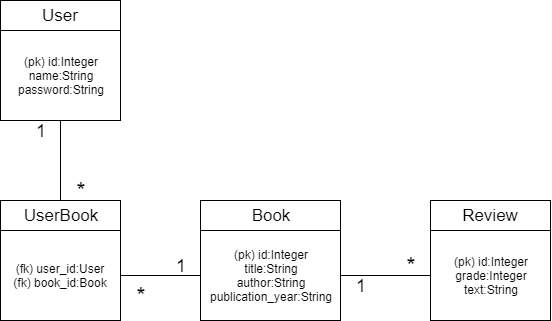
Above: documentation/database_chart.png in guotin/tietokantasovellus (draw.io), before the change. Source tidied: cells renumbered, new cells last; positions are measured from the earlier drawing's top-left corner, leaving out a move shared by most shapes. The source it was exported from:
```xml
<mxGraphModel>
  <root>
    <mxCell id="0" />
    <mxCell id="1" parent="0" />
    <mxCell id="2" style="rounded=0;whiteSpace=wrap;html=1;" parent="1" vertex="1">
      <mxGeometry width="120" height="120" as="geometry" />
    </mxCell>
    <mxCell id="3" value="&lt;font style=&quot;font-size: 17px&quot;&gt;User&lt;/font&gt;" style="text;html=1;strokeColor=none;fillColor=none;align=center;verticalAlign=middle;whiteSpace=wrap;rounded=0;" parent="1" vertex="1">
      <mxGeometry width="120" height="30" as="geometry" />
    </mxCell>
    <mxCell id="4" style="endArrow=none;html=1;entryX=1;entryY=0.25;entryDx=0;entryDy=0;exitX=0;exitY=0.25;exitDx=0;exitDy=0;" parent="1" edge="1" source="2" target="2">
      <mxGeometry relative="1" as="geometry" />
    </mxCell>
    <mxCell id="5" value="(pk) id:Integer&lt;br&gt;name:String&lt;br&gt;password:String&lt;br&gt;" style="text;html=1;strokeColor=none;fillColor=none;align=center;verticalAlign=middle;whiteSpace=wrap;rounded=0;" parent="1" vertex="1">
      <mxGeometry y="30" width="120" height="90" as="geometry" />
    </mxCell>
    <mxCell id="6" style="rounded=0;whiteSpace=wrap;html=1;" parent="1" vertex="1">
      <mxGeometry x="200" y="200" width="140" height="120" as="geometry" />
    </mxCell>
    <mxCell id="7" value="&lt;span style=&quot;font-size: 17px&quot;&gt;Book&lt;/span&gt;" style="text;html=1;strokeColor=none;fillColor=none;align=center;verticalAlign=middle;whiteSpace=wrap;rounded=0;" parent="1" vertex="1">
      <mxGeometry x="200" y="200" width="140" height="30" as="geometry" />
    </mxCell>
    <mxCell id="8" style="endArrow=none;html=1;entryX=1;entryY=0.25;entryDx=0;entryDy=0;exitX=0;exitY=0.25;exitDx=0;exitDy=0;" parent="1" edge="1" source="6" target="6">
      <mxGeometry relative="1" as="geometry" />
    </mxCell>
    <mxCell id="9" value="(pk) id:Integer&lt;br&gt;title:String&lt;br&gt;author:String&lt;br&gt;publication_year:String&lt;br&gt;" style="text;html=1;strokeColor=none;fillColor=none;align=center;verticalAlign=middle;whiteSpace=wrap;rounded=0;" parent="1" vertex="1">
      <mxGeometry x="200" y="230" width="140" height="90" as="geometry" />
    </mxCell>
    <mxCell id="10" style="rounded=0;whiteSpace=wrap;html=1;" parent="1" vertex="1">
      <mxGeometry y="200" width="120" height="120" as="geometry" />
    </mxCell>
    <mxCell id="11" value="&lt;font style=&quot;font-size: 17px&quot;&gt;UserBook&lt;/font&gt;" style="text;html=1;strokeColor=none;fillColor=none;align=center;verticalAlign=middle;whiteSpace=wrap;rounded=0;" parent="1" vertex="1">
      <mxGeometry y="200" width="120" height="30" as="geometry" />
    </mxCell>
    <mxCell id="12" style="endArrow=none;html=1;entryX=1;entryY=0.25;entryDx=0;entryDy=0;exitX=0;exitY=0.25;exitDx=0;exitDy=0;" parent="1" edge="1" source="10" target="10">
      <mxGeometry relative="1" as="geometry" />
    </mxCell>
    <mxCell id="13" value="(fk) user_id:User&lt;br&gt;(fk) book_id:Book&lt;br&gt;" style="text;html=1;strokeColor=none;fillColor=none;align=center;verticalAlign=middle;whiteSpace=wrap;rounded=0;" parent="1" vertex="1">
      <mxGeometry y="230" width="120" height="90" as="geometry" />
    </mxCell>
    <mxCell id="14" style="rounded=0;whiteSpace=wrap;html=1;" parent="1" vertex="1">
      <mxGeometry x="430" y="200" width="120" height="120" as="geometry" />
    </mxCell>
    <mxCell id="15" value="&lt;span style=&quot;font-size: 17px&quot;&gt;Review&lt;/span&gt;" style="text;html=1;strokeColor=none;fillColor=none;align=center;verticalAlign=middle;whiteSpace=wrap;rounded=0;" parent="1" vertex="1">
      <mxGeometry x="430" y="200" width="120" height="30" as="geometry" />
    </mxCell>
    <mxCell id="16" style="endArrow=none;html=1;entryX=1;entryY=0.25;entryDx=0;entryDy=0;exitX=0;exitY=0.25;exitDx=0;exitDy=0;" parent="1" edge="1" source="14" target="14">
      <mxGeometry relative="1" as="geometry" />
    </mxCell>
    <mxCell id="17" value="(pk) id:Integer&lt;br&gt;grade:Integer&lt;br&gt;text:String&lt;br&gt;" style="text;html=1;strokeColor=none;fillColor=none;align=center;verticalAlign=middle;whiteSpace=wrap;rounded=0;" parent="1" vertex="1">
      <mxGeometry x="430" y="230" width="120" height="90" as="geometry" />
    </mxCell>
    <mxCell id="18" style="endArrow=none;html=1;entryX=0.5;entryY=1;entryDx=0;entryDy=0;exitX=0.5;exitY=0;exitDx=0;exitDy=0;" parent="1" edge="1" source="11" target="5">
      <mxGeometry relative="1" as="geometry" />
    </mxCell>
    <mxCell id="19" style="endArrow=none;html=1;entryX=1;entryY=0.5;entryDx=0;entryDy=0;exitX=0;exitY=0.5;exitDx=0;exitDy=0;" parent="1" edge="1" source="9" target="13">
      <mxGeometry relative="1" as="geometry" />
    </mxCell>
    <mxCell id="20" style="endArrow=none;html=1;entryX=0;entryY=0.5;entryDx=0;entryDy=0;exitX=1;exitY=0.5;exitDx=0;exitDy=0;" parent="1" edge="1" source="9" target="17">
      <mxGeometry relative="1" as="geometry" />
    </mxCell>
    <mxCell id="21" value="&lt;font style=&quot;font-size: 23px&quot;&gt;*&lt;/font&gt;" style="text;html=1;strokeColor=none;fillColor=none;align=center;verticalAlign=middle;whiteSpace=wrap;rounded=0;" parent="1" vertex="1">
      <mxGeometry x="60" y="180" width="40" height="20" as="geometry" />
    </mxCell>
    <mxCell id="22" value="&lt;font style=&quot;font-size: 18px&quot;&gt;1&lt;/font&gt;" style="text;html=1;strokeColor=none;fillColor=none;align=center;verticalAlign=middle;whiteSpace=wrap;rounded=0;" parent="1" vertex="1">
      <mxGeometry x="20" y="120" width="40" height="20" as="geometry" />
    </mxCell>
    <mxCell id="23" value="&lt;font style=&quot;font-size: 23px&quot;&gt;*&lt;/font&gt;" style="text;html=1;strokeColor=none;fillColor=none;align=center;verticalAlign=middle;whiteSpace=wrap;rounded=0;" parent="1" vertex="1">
      <mxGeometry x="120" y="285" width="40" height="20" as="geometry" />
    </mxCell>
    <mxCell id="24" value="&lt;font style=&quot;font-size: 23px&quot;&gt;*&lt;/font&gt;" style="text;html=1;strokeColor=none;fillColor=none;align=center;verticalAlign=middle;whiteSpace=wrap;rounded=0;" parent="1" vertex="1">
      <mxGeometry x="390" y="255" width="40" height="20" as="geometry" />
    </mxCell>
    <mxCell id="25" value="&lt;font style=&quot;font-size: 18px&quot;&gt;1&lt;/font&gt;" style="text;html=1;strokeColor=none;fillColor=none;align=center;verticalAlign=middle;whiteSpace=wrap;rounded=0;" parent="1" vertex="1">
      <mxGeometry x="160" y="255" width="40" height="20" as="geometry" />
    </mxCell>
    <mxCell id="26" value="&lt;font style=&quot;font-size: 18px&quot;&gt;1&lt;/font&gt;" style="text;html=1;strokeColor=none;fillColor=none;align=center;verticalAlign=middle;whiteSpace=wrap;rounded=0;" parent="1" vertex="1">
      <mxGeometry x="340" y="275" width="40" height="20" as="geometry" />
    </mxCell>
  </root>
</mxGraphModel>
```
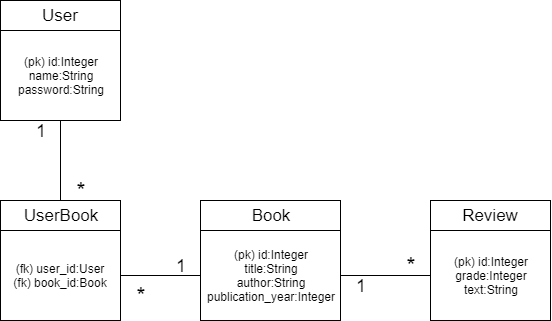
After the commit.

Commit message:
update database chart

Change to the diagram source:
```diff
@@ -23,7 +23,7 @@
     <mxCell id="8" style="endArrow=none;html=1;entryX=1;entryY=0.25;entryDx=0;entryDy=0;exitX=0;exitY=0.25;exitDx=0;exitDy=0;" parent="1" edge="1" source="6" target="6">
       <mxGeometry relative="1" as="geometry" />
     </mxCell>
-    <mxCell id="9" value="(pk) id:Integer&lt;br&gt;title:String&lt;br&gt;author:String&lt;br&gt;publication_year:String&lt;br&gt;" style="text;html=1;strokeColor=none;fillColor=none;align=center;verticalAlign=middle;whiteSpace=wrap;rounded=0;" parent="1" vertex="1">
+    <mxCell id="9" value="(pk) id:Integer&lt;br&gt;title:String&lt;br&gt;author:String&lt;br&gt;publication_year:Integer&lt;br&gt;" style="text;html=1;strokeColor=none;fillColor=none;align=center;verticalAlign=middle;whiteSpace=wrap;rounded=0;" parent="1" vertex="1">
       <mxGeometry x="200" y="230" width="140" height="90" as="geometry" />
     </mxCell>
     <mxCell id="10" style="rounded=0;whiteSpace=wrap;html=1;" parent="1" vertex="1">
```
